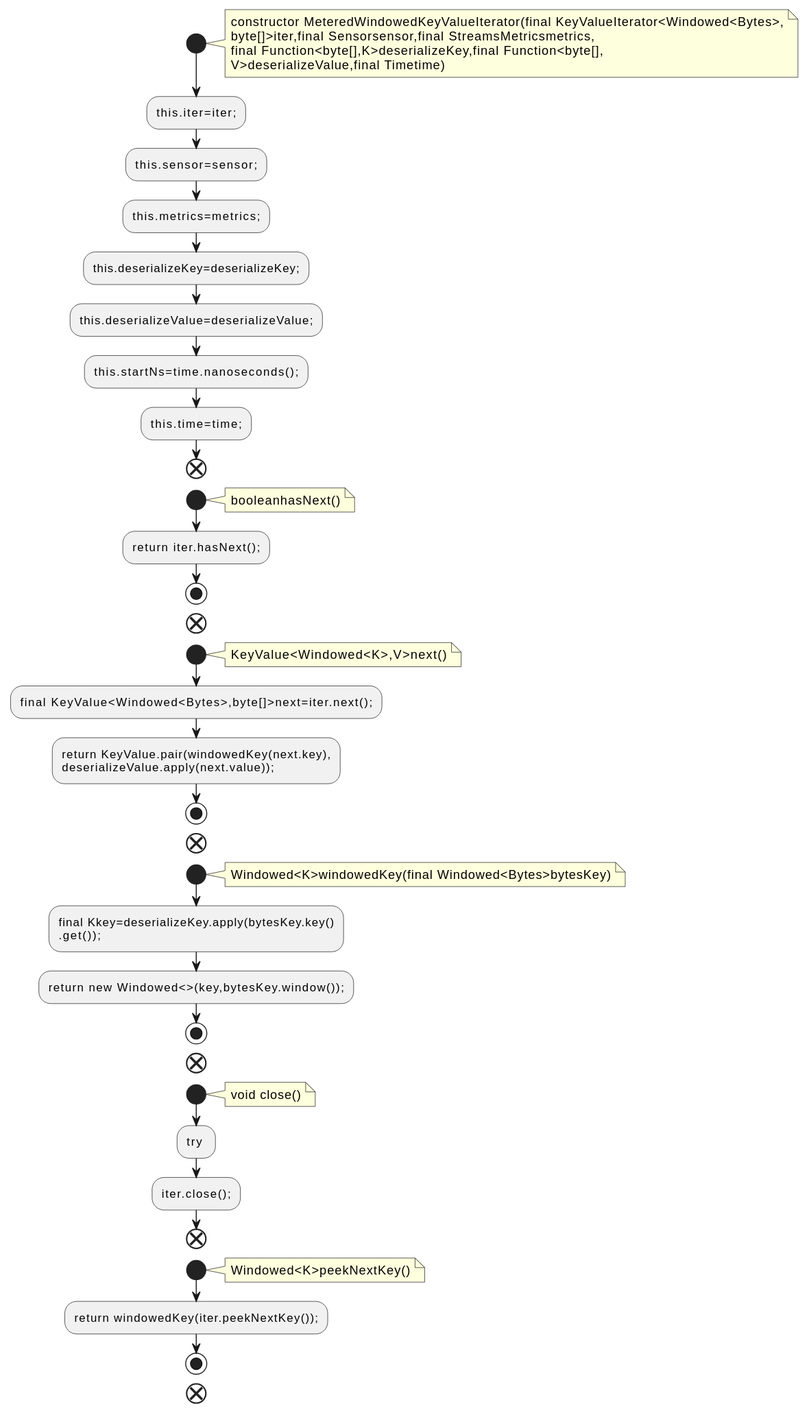
This is docs/qc/streams/src/main/java/org/apache/kafka/streams/state/internals/MeteredWindowedKeyValueIterator.java.fct.svg from qualitesys/kafka, a PlantUML export, as it was before one commit.
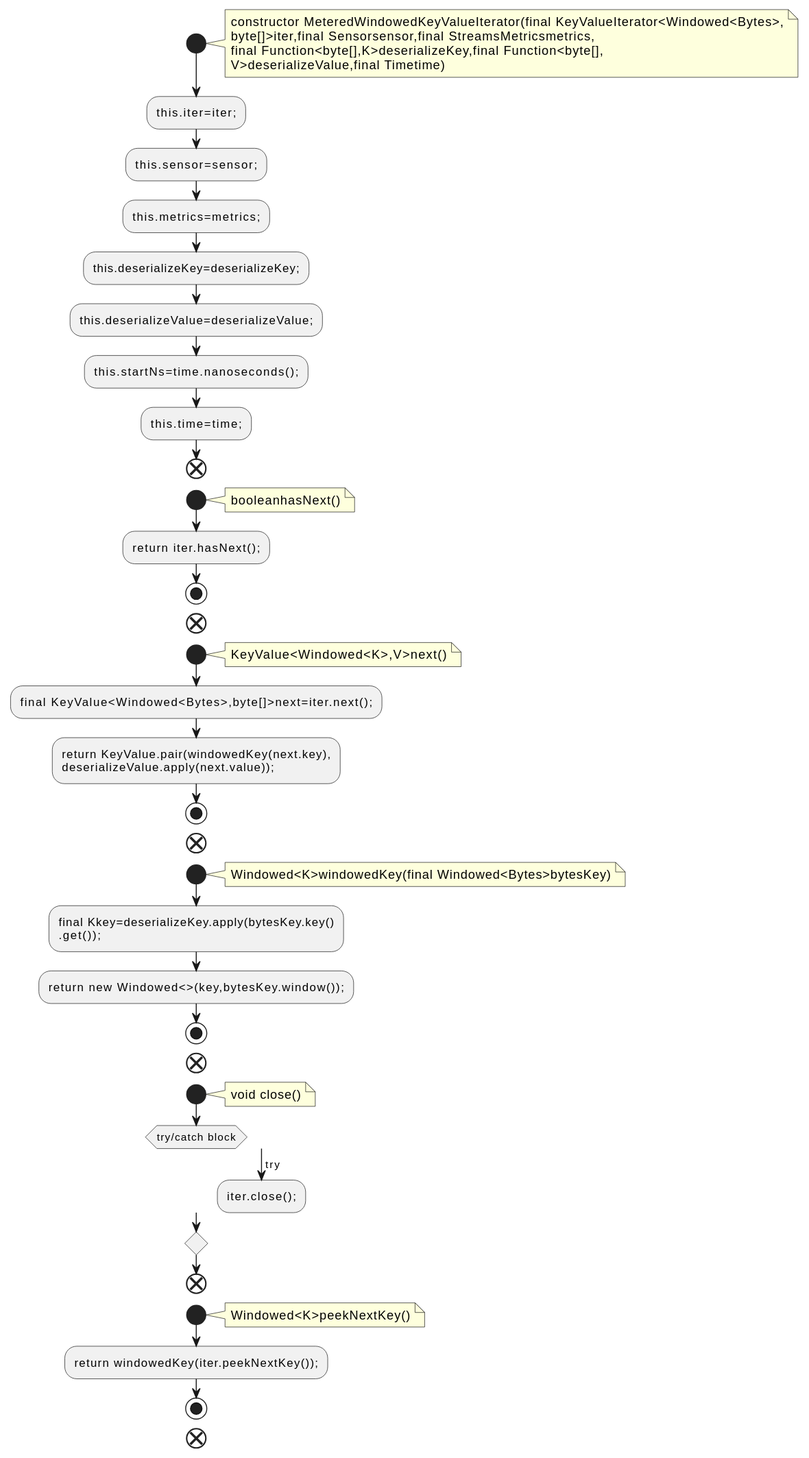
After the change.

Diff of the diagram source:
```diff
@@ -44,8 +44,10 @@
 note right
 void close()
 end note
-:try ;
+switch (try/catch block)
+case (try)
 :iter.close();;
+endswitch
 end
 start
 note right
```
